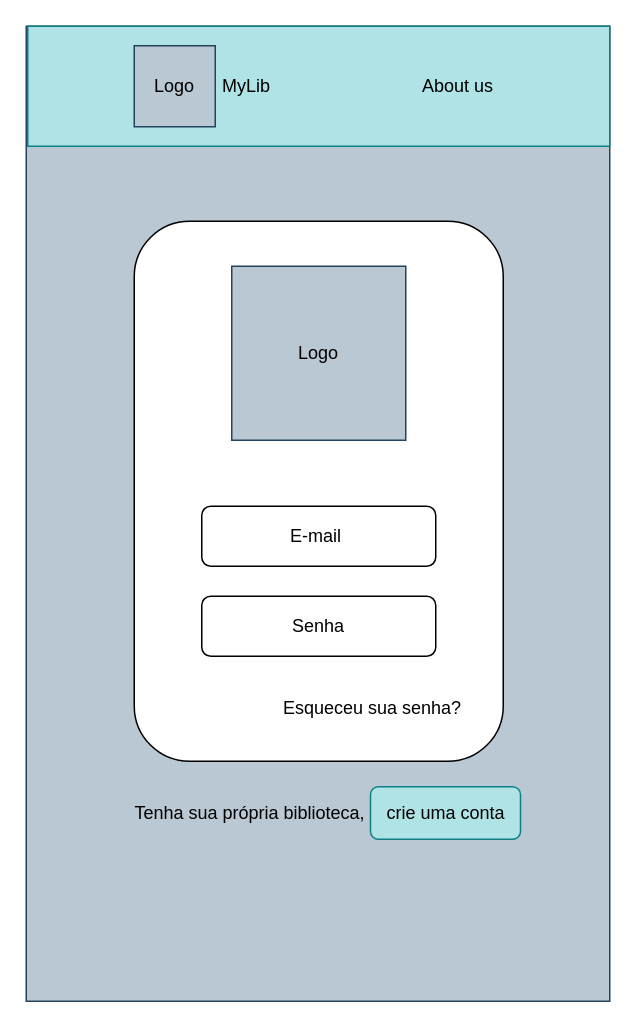
Earlier version of the draw.io diagram page "Login celular" (1 of 24) of Bookshelf.drawio (LeoHMuniz/FrontEnd). Source tidied: cells renumbered, new cells numbered last; positions are measured from the earlier drawing's top-left corner, leaving out a move shared by most shapes. Both pictures are drawn from the tidied source at 150%, with x=0, y=0 at pixel (26, 26).
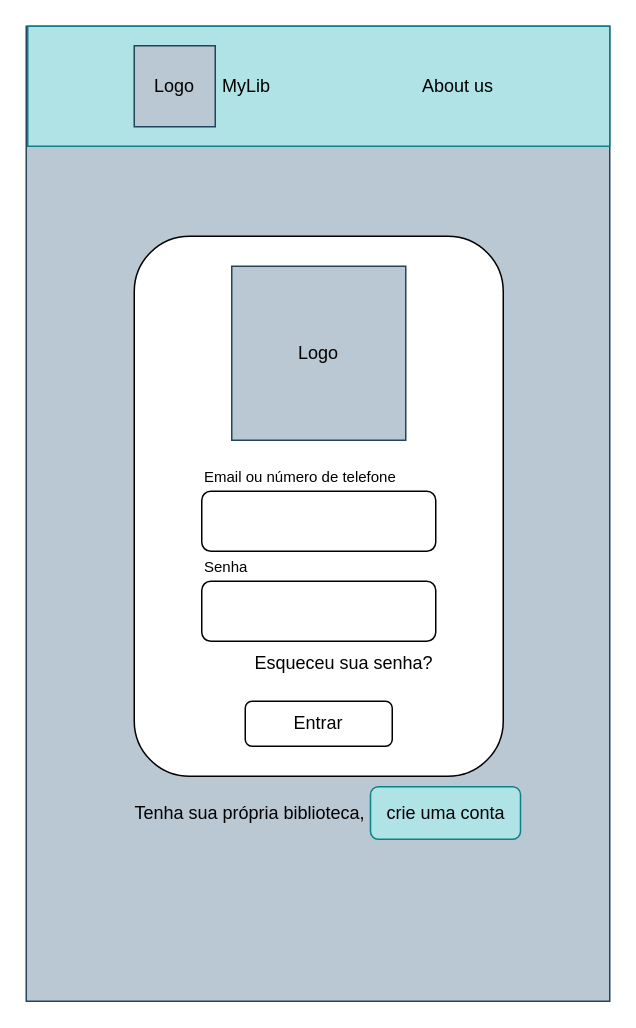
The same diagram, later.

Diff of the diagram source:
```diff
@@
 <mxGraphModel>
   <root>
     <mxCell id="0" />
     <mxCell id="1" parent="0" />
     <mxCell id="2" style="rounded=0;whiteSpace=wrap;html=1;fillColor=#bac8d3;strokeColor=#23445d;" parent="1" vertex="1">
       <mxGeometry width="389" height="650" as="geometry" />
     </mxCell>
     <mxCell id="3" style="rounded=1;whiteSpace=wrap;html=1;" parent="1" vertex="1">
-      <mxGeometry x="72" y="130" width="246" height="360" as="geometry" />
+      <mxGeometry x="72" y="140" width="246" height="360" as="geometry" />
     </mxCell>
     <mxCell id="4" value="Logo" style="whiteSpace=wrap;html=1;fillColor=#bac8d3;strokeColor=#23445d;" parent="1" vertex="1">
       <mxGeometry x="137" y="160" width="116" height="116" as="geometry" />
     </mxCell>
-    <mxCell id="5" value="E-mail&amp;nbsp;" style="rounded=1;whiteSpace=wrap;html=1;fillColor=none;" parent="1" vertex="1">
-      <mxGeometry x="117" y="320" width="156" height="40" as="geometry" />
+    <mxCell id="5" style="rounded=1;whiteSpace=wrap;html=1;fillColor=none;" parent="1" vertex="1">
+      <mxGeometry x="117" y="310" width="156" height="40" as="geometry" />
     </mxCell>
-    <mxCell id="6" value="&lt;div style=&quot;&quot;&gt;&lt;span style=&quot;background-color: initial;&quot;&gt;Senha&lt;/span&gt;&lt;/div&gt;" style="rounded=1;whiteSpace=wrap;html=1;align=center;fillColor=none;" parent="1" vertex="1">
-      <mxGeometry x="117" y="380" width="156" height="40" as="geometry" />
+    <mxCell id="6" value="&lt;div style=&quot;&quot;&gt;&lt;br&gt;&lt;/div&gt;" style="rounded=1;whiteSpace=wrap;html=1;align=center;fillColor=none;" parent="1" vertex="1">
+      <mxGeometry x="117" y="370" width="156" height="40" as="geometry" />
     </mxCell>
     <mxCell id="7" style="rounded=0;whiteSpace=wrap;html=1;fillColor=#b0e3e6;strokeColor=#0e8088;" parent="1" vertex="1">
       <mxGeometry x="1" width="388" height="80" as="geometry" />
     </mxCell>
     <mxCell id="8" value="About us" style="text;html=1;strokeColor=none;fillColor=none;align=center;verticalAlign=middle;whiteSpace=wrap;rounded=0;" parent="1" vertex="1">
       <mxGeometry x="258" y="25" width="60" height="30" as="geometry" />
     </mxCell>
     <mxCell id="9" value="Esqueceu sua senha?" style="text;html=1;strokeColor=none;fillColor=none;align=center;verticalAlign=middle;whiteSpace=wrap;rounded=0;" parent="1" vertex="1">
-      <mxGeometry x="161" y="440" width="140" height="30" as="geometry" />
+      <mxGeometry x="151" y="410" width="122" height="30" as="geometry" />
     </mxCell>
     <mxCell id="10" value="Tenha sua própria biblioteca,&amp;nbsp;" style="text;html=1;strokeColor=none;fillColor=none;align=center;verticalAlign=middle;whiteSpace=wrap;rounded=0;" parent="1" vertex="1">
       <mxGeometry x="60.5" y="510" width="180" height="30" as="geometry" />
     </mxCell>
     <mxCell id="11" value="crie uma conta" style="rounded=1;whiteSpace=wrap;html=1;fillColor=#b0e3e6;strokeColor=#0e8088;" parent="1" vertex="1">
       <mxGeometry x="229.5" y="507" width="100" height="35" as="geometry" />
     </mxCell>
     <mxCell id="12" value="Logo" style="whiteSpace=wrap;html=1;fillColor=#bac8d3;strokeColor=#23445d;" parent="1" vertex="1">
       <mxGeometry x="72" y="13" width="54" height="54" as="geometry" />
     </mxCell>
     <mxCell id="13" value="MyLib" style="text;html=1;strokeColor=none;fillColor=none;align=center;verticalAlign=middle;whiteSpace=wrap;rounded=0;" parent="1" vertex="1">
       <mxGeometry x="102" y="25" width="90" height="30" as="geometry" />
     </mxCell>
+    <mxCell id="14" value="&lt;div style=&quot;&quot;&gt;&lt;span style=&quot;background-color: initial;&quot;&gt;Entrar&lt;/span&gt;&lt;/div&gt;" style="rounded=1;whiteSpace=wrap;html=1;align=center;fillColor=none;" parent="1" vertex="1">
+      <mxGeometry x="146" y="450" width="98" height="30" as="geometry" />
+    </mxCell>
+    <mxCell id="15" value="Email ou número de telefone" style="text;html=1;strokeColor=none;fillColor=none;align=left;verticalAlign=middle;whiteSpace=wrap;rounded=0;fontSize=10;" parent="1" vertex="1">
+      <mxGeometry x="117" y="290" width="170" height="20" as="geometry" />
+    </mxCell>
+    <mxCell id="16" value="Senha" style="text;html=1;strokeColor=none;fillColor=none;align=left;verticalAlign=middle;whiteSpace=wrap;rounded=0;fontSize=10;" parent="1" vertex="1">
+      <mxGeometry x="117" y="350" width="170" height="20" as="geometry" />
+    </mxCell>
   </root>
 </mxGraphModel>
```
